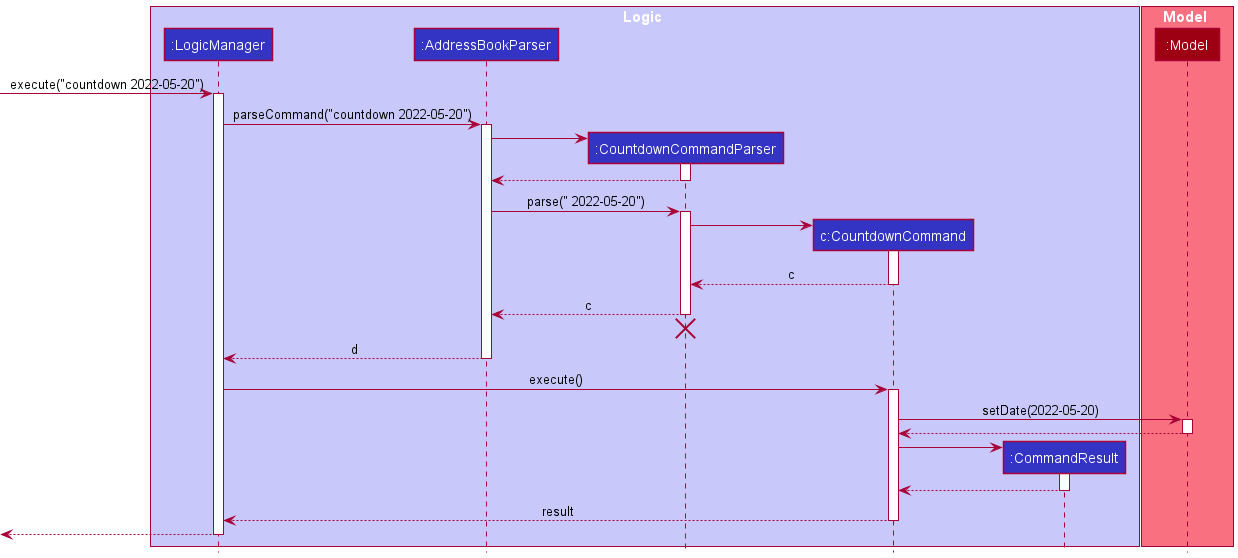
sj1999-BIT/tp keeps this PlantUML diagram as docs/images/SetWeddingCountdownSequenceDiagram.png. Above is the earlier version. The source it was exported from:
```plantuml
@startuml
!include style.puml

box Logic LOGIC_COLOR_T1
participant ":LogicManager" as LogicManager LOGIC_COLOR
participant ":AddressBookParser" as AddressBookParser LOGIC_COLOR
participant ":CountdownCommandParser" as CountdownCommandParser LOGIC_COLOR
participant "c:CountdownCommand" as CountdownCommand LOGIC_COLOR
participant ":CommandResult" as CommandResult LOGIC_COLOR
end box

box Model MODEL_COLOR_T1
participant ":Model" as Model MODEL_COLOR
end box

[-> LogicManager : execute("countdown 2022-05-20")
activate LogicManager

LogicManager -> AddressBookParser : parseCommand("countdown 2022-05-20")
activate AddressBookParser

create CountdownCommandParser
AddressBookParser -> CountdownCommandParser
activate CountdownCommandParser

CountdownCommandParser --> AddressBookParser
deactivate CountdownCommandParser

AddressBookParser -> CountdownCommandParser : parse(" 2022-05-20")
activate CountdownCommandParser

create CountdownCommand
CountdownCommandParser -> CountdownCommand
activate CountdownCommand

CountdownCommand --> CountdownCommandParser : c
deactivate CountdownCommand

CountdownCommandParser --> AddressBookParser : c
deactivate CountdownCommandParser
CountdownCommandParser -[hidden]-> AddressBookParser
destroy CountdownCommandParser

AddressBookParser --> LogicManager : d
deactivate AddressBookParser

LogicManager -> CountdownCommand : execute()
activate CountdownCommand

CountdownCommand -> Model : setDate(2022-05-20)
activate Model

Model --> CountdownCommand
deactivate Model

create CommandResult
CountdownCommand -> CommandResult
activate CommandResult

CommandResult --> CountdownCommand
deactivate CommandResult

CountdownCommand --> LogicManager : result
deactivate CountdownCommand

[<--LogicManager
deactivate LogicManager
@enduml
```
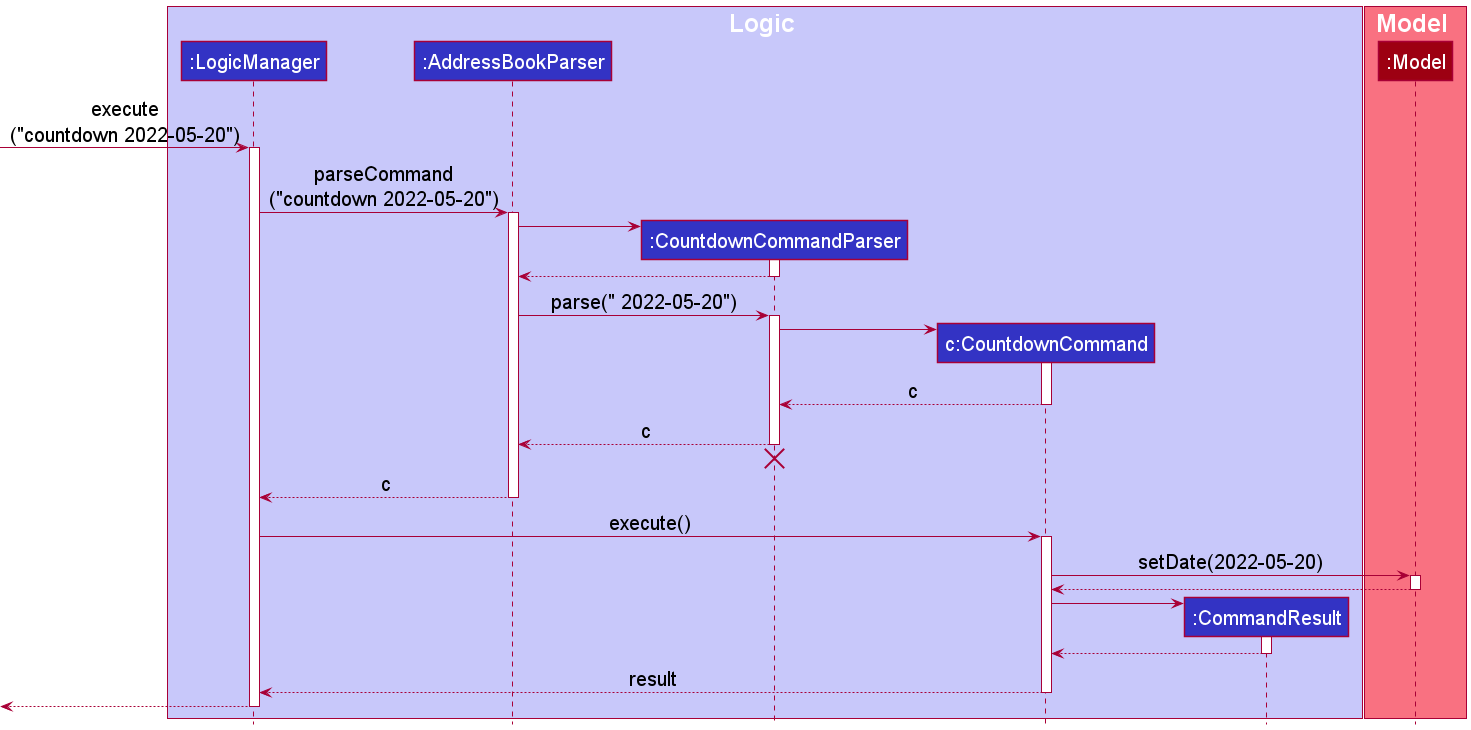
After the commit.

Diff of the diagram source:
```diff
@@ -1,5 +1,6 @@
 @startuml
 !include style.puml
+skinparam defaultFontSize 20
 
 box Logic LOGIC_COLOR_T1
 participant ":LogicManager" as LogicManager LOGIC_COLOR
@@ -13,10 +14,10 @@
 participant ":Model" as Model MODEL_COLOR
 end box
 
-[-> LogicManager : execute("countdown 2022-05-20")
+[-> LogicManager : execute\n("countdown 2022-05-20")
 activate LogicManager
 
-LogicManager -> AddressBookParser : parseCommand("countdown 2022-05-20")
+LogicManager -> AddressBookParser : parseCommand\n("countdown 2022-05-20")
 activate AddressBookParser
 
 create CountdownCommandParser
@@ -41,7 +42,7 @@
 CountdownCommandParser -[hidden]-> AddressBookParser
 destroy CountdownCommandParser
 
-AddressBookParser --> LogicManager : d
+AddressBookParser --> LogicManager : c
 deactivate AddressBookParser
 
 LogicManager -> CountdownCommand : execute()
```
